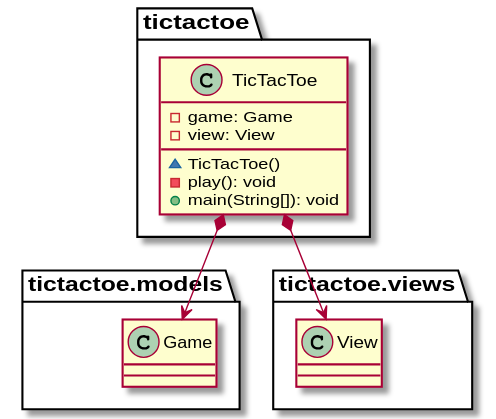
This is documentView/console/docs/diagrams/out/paquetes/tictactoe.svg from Jolucaa/USantaTecla-project-ticTacToe, a PlantUML export, as it was before one commit.
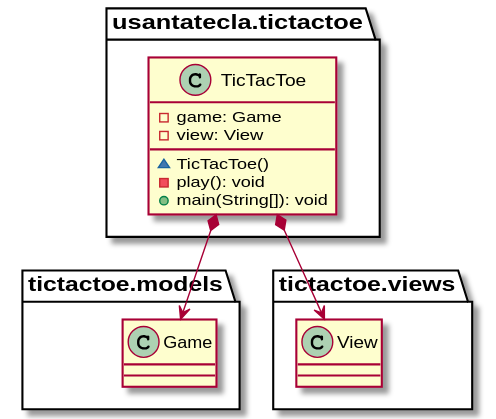
After the commit.

Change to the diagram source:
```diff
@@ -1,11 +1,11 @@
 @startuml
-class  tictactoe.TicTacToe{
+class  usantatecla.tictactoe.TicTacToe{
 - game: Game
 - view: View
 ~ TicTacToe()
 - play(): void
 + main(String[]): void
 }
-tictactoe.TicTacToe *-down-> tictactoe.models.Game
-tictactoe.TicTacToe *-down-> tictactoe.views.View
+usantatecla.tictactoe.TicTacToe *-down-> tictactoe.models.Game
+usantatecla.tictactoe.TicTacToe *-down-> tictactoe.views.View
 @enduml
```
